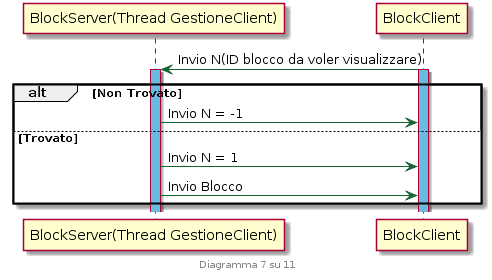
This is SequenceDiagram/schema7.png from antdimarino/Computer-Networks-BlockChain, a PlantUML export, as it was before one commit. Its diagram source:
```plantuml
@startuml
skinparam sequence {
	ArrowColor #186336
}

footer Diagramma 7 su 11

participant	"BlockServer(Thread GestioneClient)"
participant	BlockClient

BlockClient -> "BlockServer(Thread GestioneClient)": Invio N(ID blocco da voler visualizzare)
activate "BlockServer(Thread GestioneClient)" #69bbe2
activate BlockClient #69bbe2

alt Non Trovato
	"BlockServer(Thread GestioneClient)" -> BlockClient: Invio N = -1

else Trovato

	"BlockServer(Thread GestioneClient)" -> BlockClient: Invio N = 1
	"BlockServer(Thread GestioneClient)" -> BlockClient: Invio Blocco
end
@enduml
```
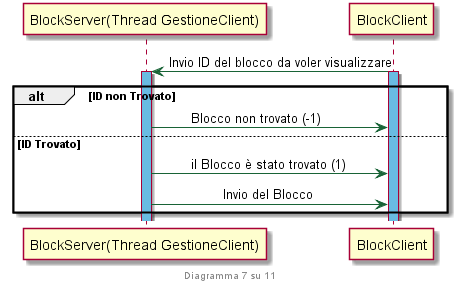
Later version of the same file.

Diff of the diagram source:
```diff
@@ -8,16 +8,16 @@
 participant	"BlockServer(Thread GestioneClient)"
 participant	BlockClient
 
-BlockClient -> "BlockServer(Thread GestioneClient)": Invio N(ID blocco da voler visualizzare)
+BlockClient -> "BlockServer(Thread GestioneClient)": Invio ID del blocco da voler visualizzare
 activate "BlockServer(Thread GestioneClient)" #69bbe2
 activate BlockClient #69bbe2
 
-alt Non Trovato
-	"BlockServer(Thread GestioneClient)" -> BlockClient: Invio N = -1
+alt ID non Trovato
+	"BlockServer(Thread GestioneClient)" -> BlockClient: \tBlocco non trovato (-1)
 
-else Trovato
+else ID Trovato
 
-	"BlockServer(Thread GestioneClient)" -> BlockClient: Invio N = 1
-	"BlockServer(Thread GestioneClient)" -> BlockClient: Invio Blocco
+	"BlockServer(Thread GestioneClient)" -> BlockClient: \til Blocco è stato trovato (1)
+	"BlockServer(Thread GestioneClient)" -> BlockClient: \t\tInvio del Blocco
 end
 @enduml
```
